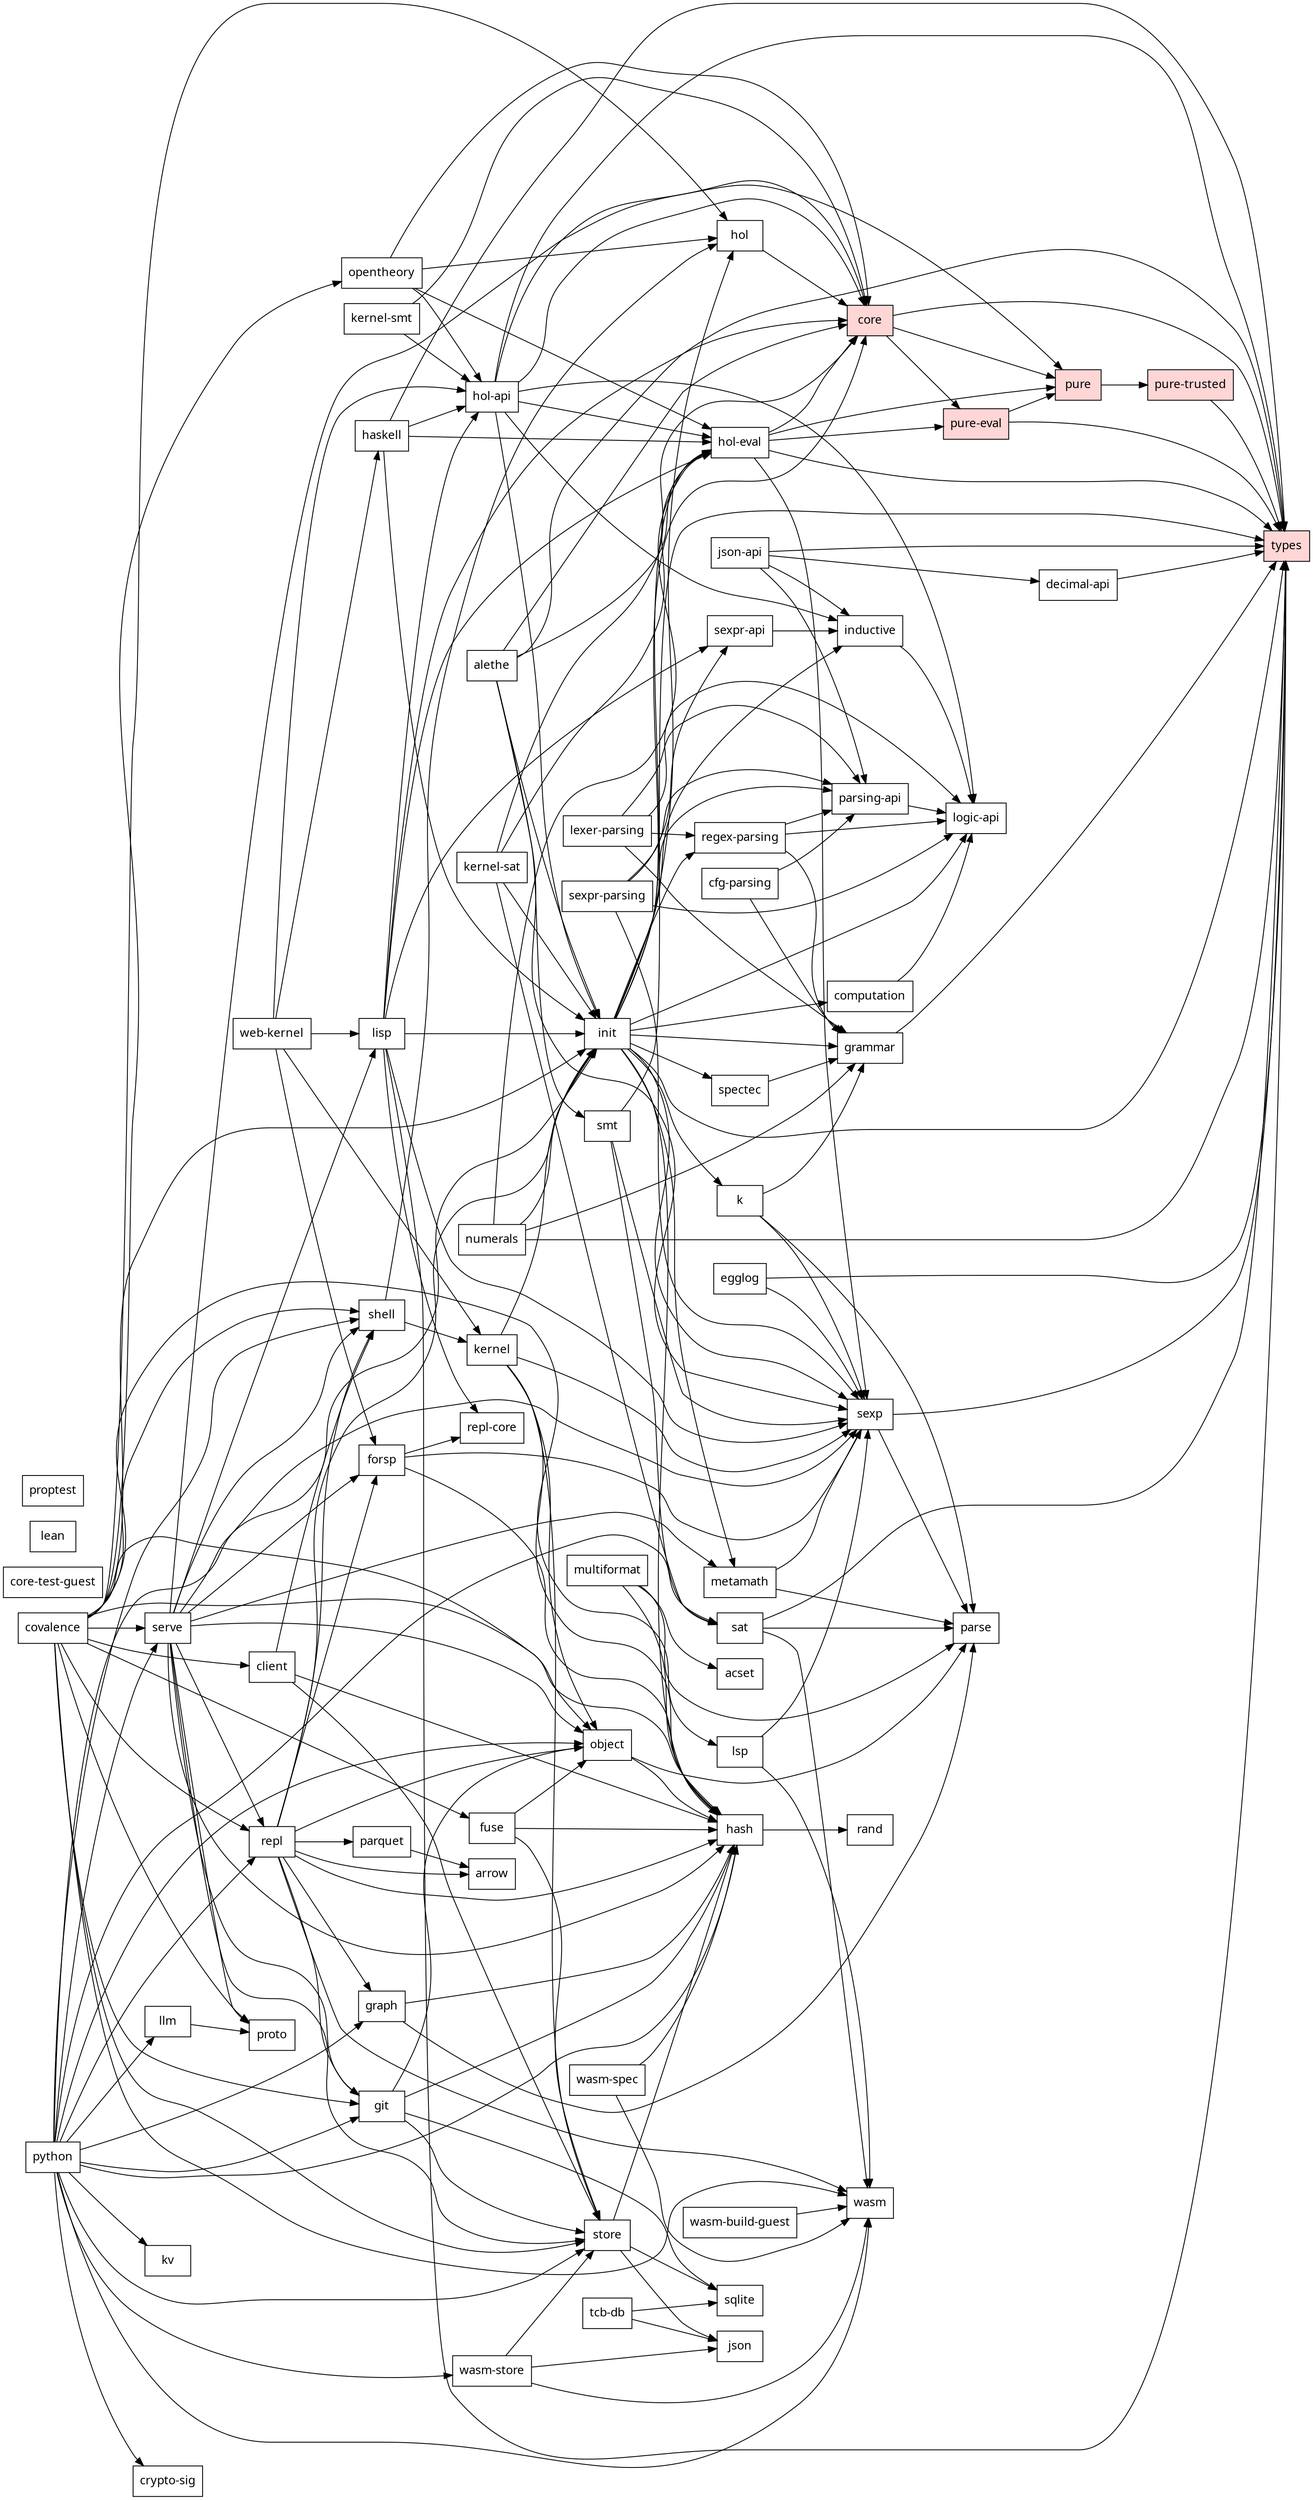
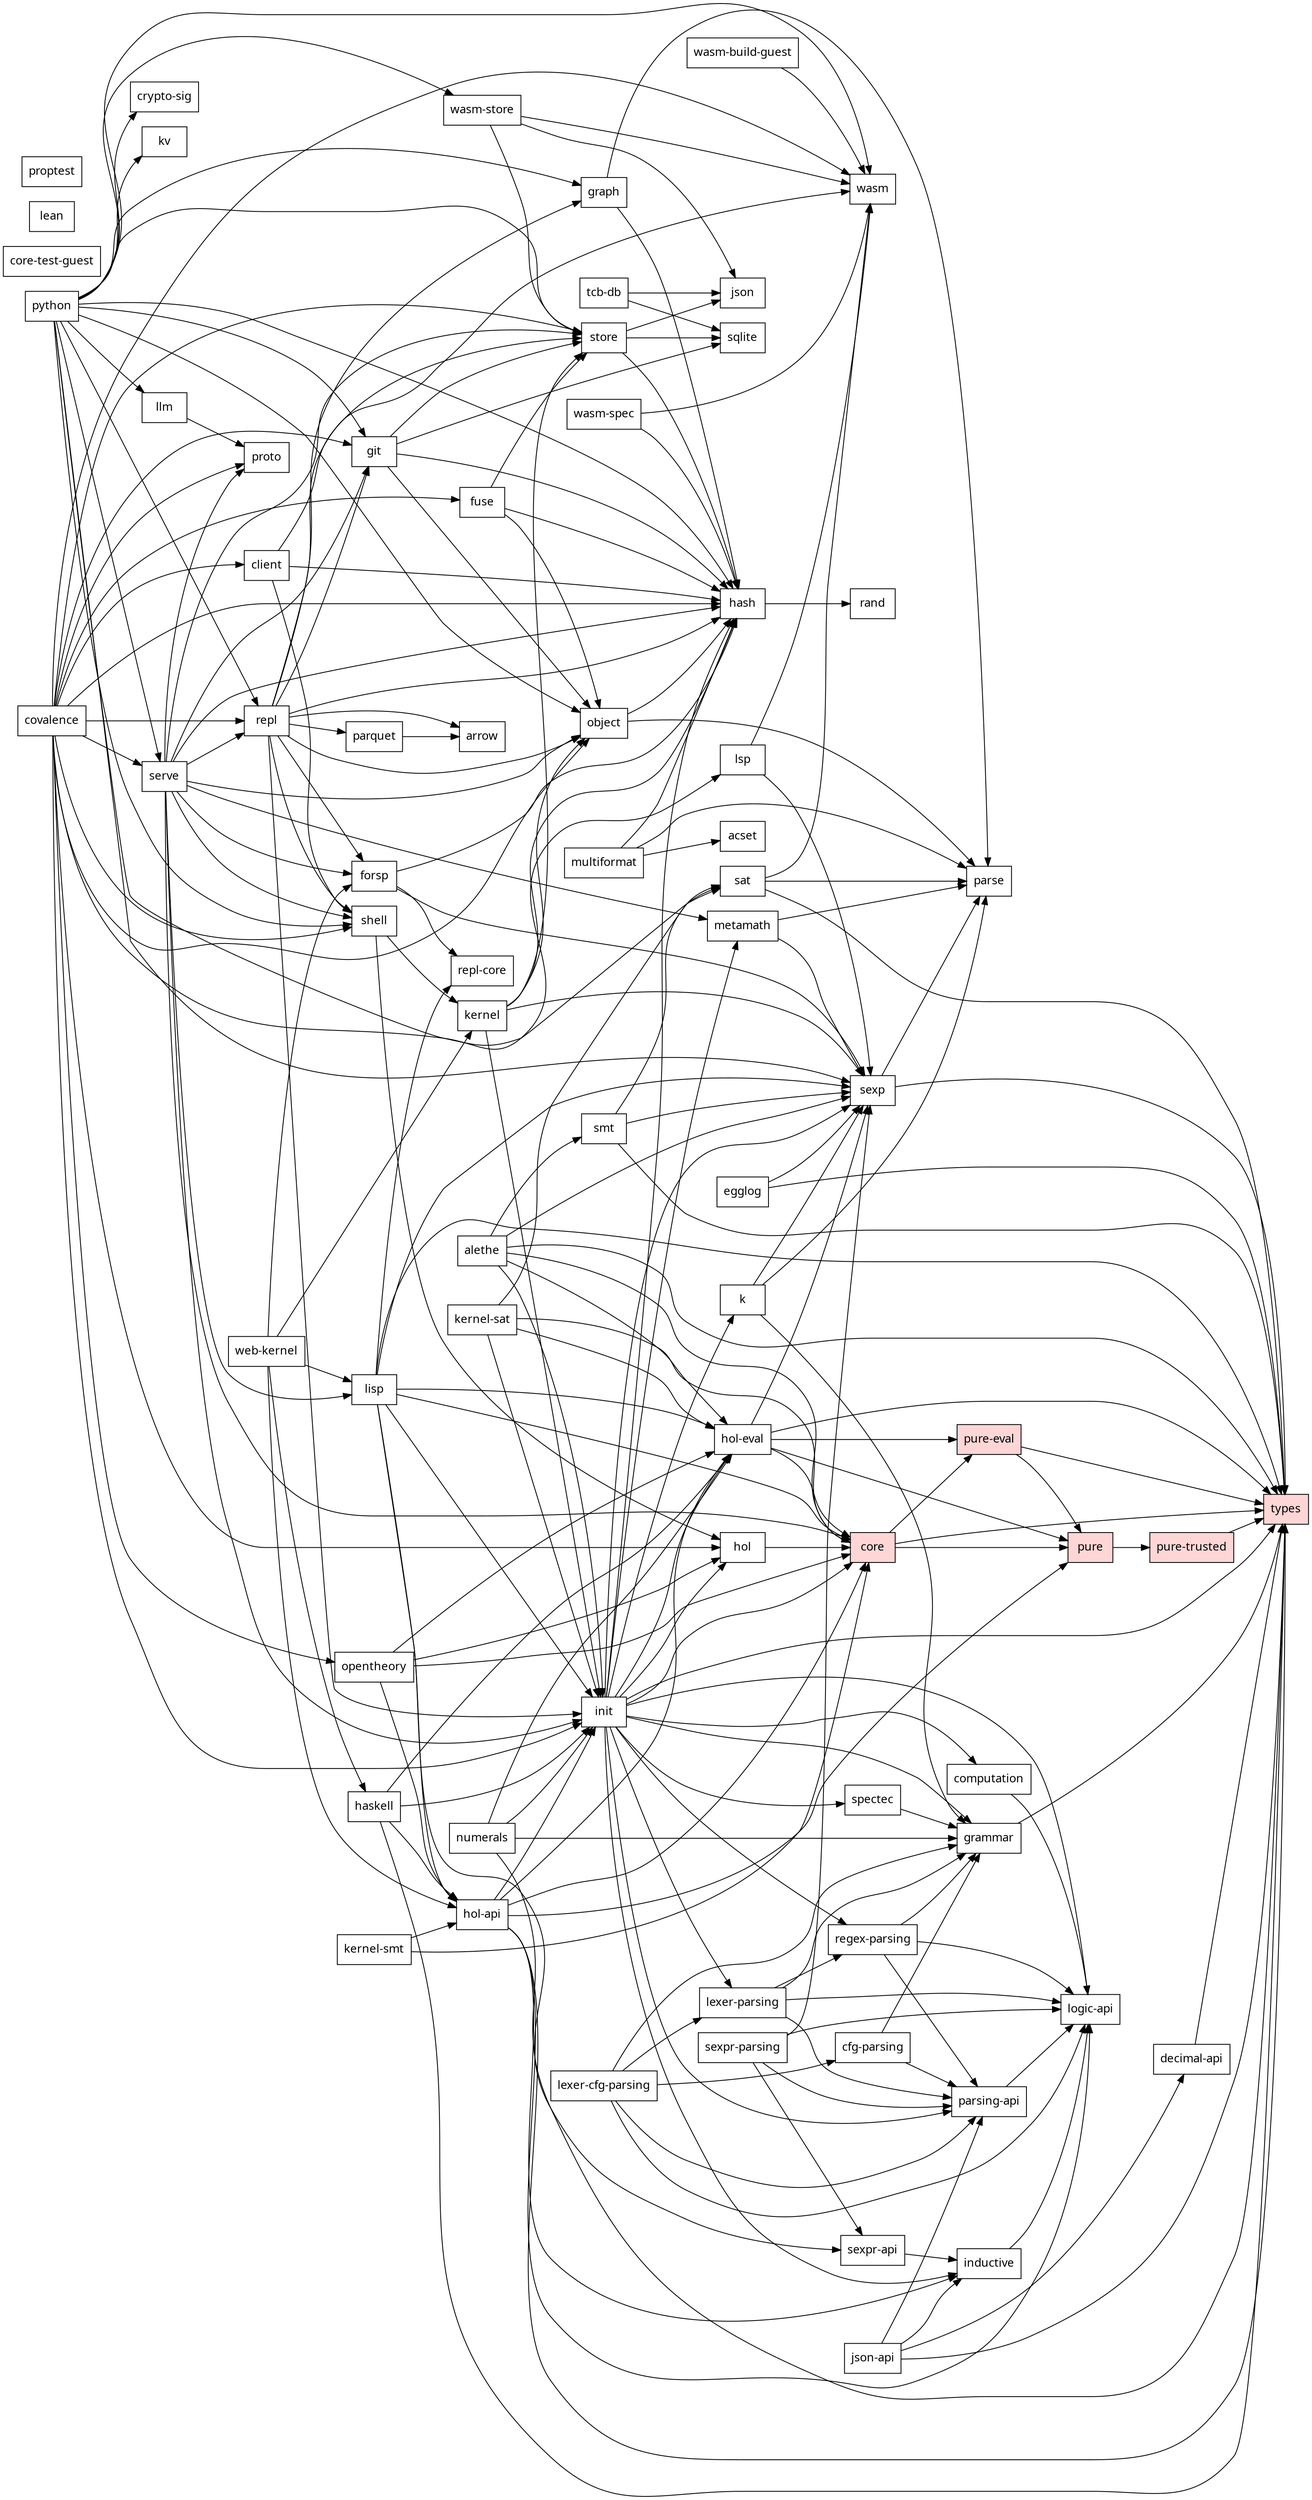
// Generated by scripts/dep-graph.mjs — do not edit (run `bun run deps`).
digraph deps {
  rankdir=LR;
  node [shape=box, fontname="sans-serif"];
  "covalence";
  "acset";
  "alethe";
  "arrow";
  "cfg-parsing";
  "client";
  "computation";
  "core" [style=filled, fillcolor="#ffd6d6"];
  "core-test-guest";
  "crypto-sig";
  "decimal-api";
  "egglog";
  "forsp";
  "fuse";
  "git";
  "grammar";
  "graph";
  "hash";
  "haskell";
  "hol";
  "hol-api";
  "hol-eval";
  "inductive";
  "init";
  "json";
  "json-api";
  "k";
  "kernel";
  "kernel-sat";
  "kernel-smt";
  "kv";
  "lean";
+   "lexer-cfg-parsing";
  "lexer-parsing";
  "lisp";
  "llm";
  "logic-api";
  "lsp";
  "metamath";
  "multiformat";
  "numerals";
  "object";
  "opentheory";
  "parquet";
  "parse";
  "parsing-api";
  "proptest";
  "proto";
  "pure" [style=filled, fillcolor="#ffd6d6"];
  "pure-eval" [style=filled, fillcolor="#ffd6d6"];
  "pure-trusted" [style=filled, fillcolor="#ffd6d6"];
  "python";
  "rand";
  "regex-parsing";
  "repl";
  "repl-core";
  "sat";
  "serve";
  "sexp";
  "sexpr-api";
  "sexpr-parsing";
  "shell";
  "smt";
  "spectec";
  "sqlite";
  "store";
  "tcb-db";
  "types" [style=filled, fillcolor="#ffd6d6"];
  "wasm";
  "wasm-build-guest";
  "wasm-spec";
  "wasm-store";
  "web-kernel";
  "covalence" -> "client";
  "covalence" -> "fuse";
  "covalence" -> "git";
  "covalence" -> "hash";
  "covalence" -> "hol";
  "covalence" -> "init";
  "covalence" -> "lsp";
  "covalence" -> "object";
  "covalence" -> "opentheory";
  "covalence" -> "proto";
  "covalence" -> "repl";
  "covalence" -> "serve";
  "covalence" -> "shell";
  "covalence" -> "store";
  "covalence" -> "wasm";
  "alethe" -> "core";
  "alethe" -> "hol-eval";
  "alethe" -> "init";
  "alethe" -> "sexp";
  "alethe" -> "smt";
  "alethe" -> "types";
  "cfg-parsing" -> "grammar";
  "cfg-parsing" -> "parsing-api";
  "client" -> "hash";
  "client" -> "shell";
  "client" -> "store";
  "computation" -> "logic-api";
  "core" -> "pure";
  "core" -> "pure-eval";
  "core" -> "types";
  "decimal-api" -> "types";
  "egglog" -> "sexp";
  "egglog" -> "types";
  "forsp" -> "hash";
  "forsp" -> "repl-core";
  "forsp" -> "sexp";
  "fuse" -> "hash";
  "fuse" -> "object";
  "fuse" -> "store";
  "git" -> "hash";
  "git" -> "object";
  "git" -> "sqlite";
  "git" -> "store";
  "grammar" -> "types";
  "graph" -> "hash";
  "graph" -> "parse";
  "hash" -> "rand";
  "haskell" -> "hol-api";
  "haskell" -> "hol-eval";
  "haskell" -> "init";
  "haskell" -> "types";
  "hol" -> "core";
  "hol-api" -> "core";
  "hol-api" -> "hol-eval";
  "hol-api" -> "inductive";
  "hol-api" -> "init";
  "hol-api" -> "logic-api";
  "hol-api" -> "pure";
  "hol-api" -> "types";
  "hol-eval" -> "core";
  "hol-eval" -> "pure";
  "hol-eval" -> "pure-eval";
  "hol-eval" -> "sexp";
  "hol-eval" -> "types";
  "inductive" -> "logic-api";
  "init" -> "computation";
  "init" -> "core";
  "init" -> "grammar";
  "init" -> "hash";
  "init" -> "hol";
  "init" -> "hol-eval";
  "init" -> "inductive";
  "init" -> "k";
+   "init" -> "lexer-parsing";
  "init" -> "logic-api";
  "init" -> "metamath";
  "init" -> "parsing-api";
  "init" -> "regex-parsing";
  "init" -> "sexp";
  "init" -> "spectec";
  "init" -> "types";
  "json-api" -> "decimal-api";
  "json-api" -> "inductive";
  "json-api" -> "parsing-api";
  "json-api" -> "types";
  "k" -> "grammar";
  "k" -> "parse";
  "k" -> "sexp";
  "kernel" -> "hash";
  "kernel" -> "init";
  "kernel" -> "object";
  "kernel" -> "sexp";
  "kernel" -> "store";
  "kernel-sat" -> "core";
  "kernel-sat" -> "hol-eval";
  "kernel-sat" -> "init";
  "kernel-sat" -> "sat";
  "kernel-smt" -> "core";
  "kernel-smt" -> "hol-api";
+   "lexer-cfg-parsing" -> "cfg-parsing";
+   "lexer-cfg-parsing" -> "grammar";
+   "lexer-cfg-parsing" -> "lexer-parsing";
+   "lexer-cfg-parsing" -> "logic-api";
+   "lexer-cfg-parsing" -> "parsing-api";
  "lexer-parsing" -> "grammar";
  "lexer-parsing" -> "logic-api";
  "lexer-parsing" -> "parsing-api";
  "lexer-parsing" -> "regex-parsing";
  "lisp" -> "core";
  "lisp" -> "hol-api";
  "lisp" -> "hol-eval";
  "lisp" -> "init";
  "lisp" -> "repl-core";
  "lisp" -> "sexp";
  "lisp" -> "sexpr-api";
  "lisp" -> "types";
  "llm" -> "proto";
  "lsp" -> "sexp";
  "lsp" -> "wasm";
  "metamath" -> "parse";
  "metamath" -> "sexp";
  "multiformat" -> "acset";
  "multiformat" -> "hash";
  "multiformat" -> "parse";
  "numerals" -> "grammar";
  "numerals" -> "hol-eval";
  "numerals" -> "init";
  "numerals" -> "types";
  "object" -> "hash";
  "object" -> "parse";
  "opentheory" -> "core";
  "opentheory" -> "hol";
  "opentheory" -> "hol-api";
  "opentheory" -> "hol-eval";
  "parquet" -> "arrow";
  "parsing-api" -> "logic-api";
  "pure" -> "pure-trusted";
  "pure-eval" -> "pure";
  "pure-eval" -> "types";
  "pure-trusted" -> "types";
  "python" -> "crypto-sig";
  "python" -> "git";
  "python" -> "graph";
  "python" -> "hash";
  "python" -> "kv";
  "python" -> "llm";
  "python" -> "object";
  "python" -> "repl";
  "python" -> "sat";
  "python" -> "serve";
  "python" -> "sexp";
  "python" -> "shell";
  "python" -> "store";
  "python" -> "wasm";
  "python" -> "wasm-store";
  "regex-parsing" -> "grammar";
  "regex-parsing" -> "logic-api";
  "regex-parsing" -> "parsing-api";
  "repl" -> "arrow";
  "repl" -> "forsp";
  "repl" -> "git";
  "repl" -> "graph";
  "repl" -> "hash";
  "repl" -> "init";
  "repl" -> "object";
  "repl" -> "parquet";
  "repl" -> "shell";
  "repl" -> "wasm";
  "sat" -> "parse";
  "sat" -> "types";
  "sat" -> "wasm";
  "serve" -> "core";
  "serve" -> "forsp";
  "serve" -> "git";
  "serve" -> "hash";
  "serve" -> "init";
  "serve" -> "lisp";
  "serve" -> "metamath";
  "serve" -> "object";
  "serve" -> "proto";
  "serve" -> "repl";
  "serve" -> "shell";
  "serve" -> "store";
  "sexp" -> "parse";
  "sexp" -> "types";
  "sexpr-api" -> "inductive";
  "sexpr-parsing" -> "logic-api";
  "sexpr-parsing" -> "parsing-api";
  "sexpr-parsing" -> "sexp";
  "sexpr-parsing" -> "sexpr-api";
  "shell" -> "hol";
  "shell" -> "kernel";
  "smt" -> "sat";
  "smt" -> "sexp";
  "smt" -> "types";
  "spectec" -> "grammar";
  "store" -> "hash";
  "store" -> "json";
  "store" -> "sqlite";
  "tcb-db" -> "json";
  "tcb-db" -> "sqlite";
  "wasm-build-guest" -> "wasm";
  "wasm-spec" -> "hash";
  "wasm-spec" -> "wasm";
  "wasm-store" -> "json";
  "wasm-store" -> "store";
  "wasm-store" -> "wasm";
  "web-kernel" -> "forsp";
  "web-kernel" -> "haskell";
  "web-kernel" -> "hol-api";
  "web-kernel" -> "kernel";
  "web-kernel" -> "lisp";
}
